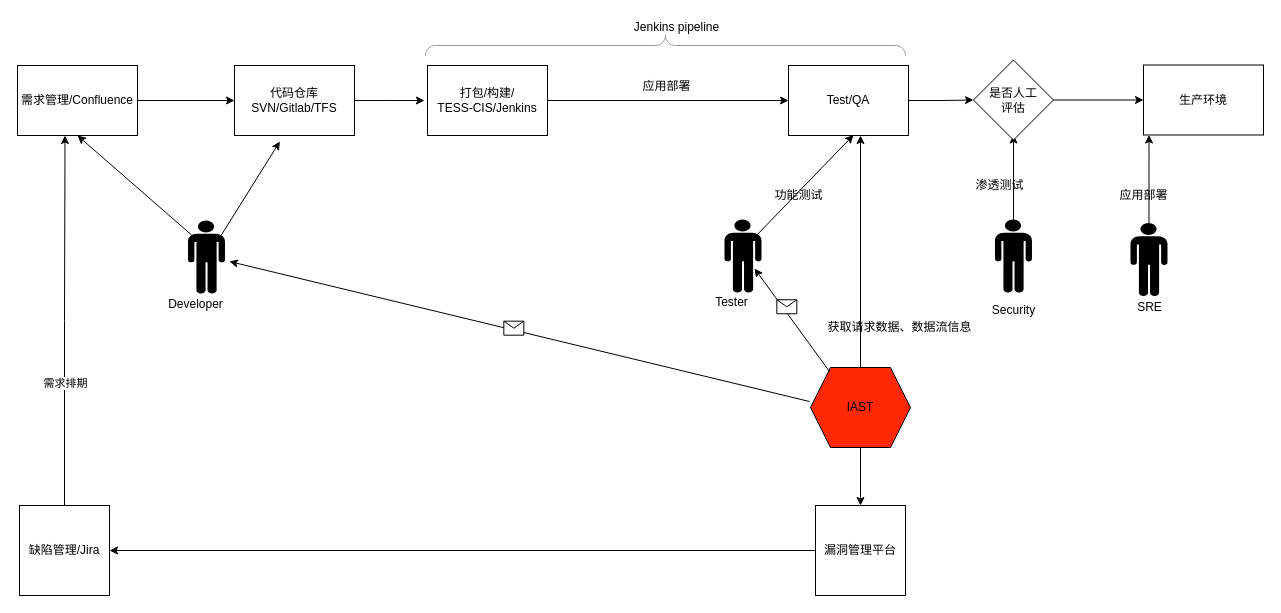
Before: iast.drawio in March110/-, a draw.io diagram. Source tidied: cells renumbered, new cells numbered last; positions are measured from the earlier drawing's top-left corner, leaving out a move shared by most shapes. Both pictures are drawn from the tidied source at 100%, with x=0, y=0 at pixel (17, 17).
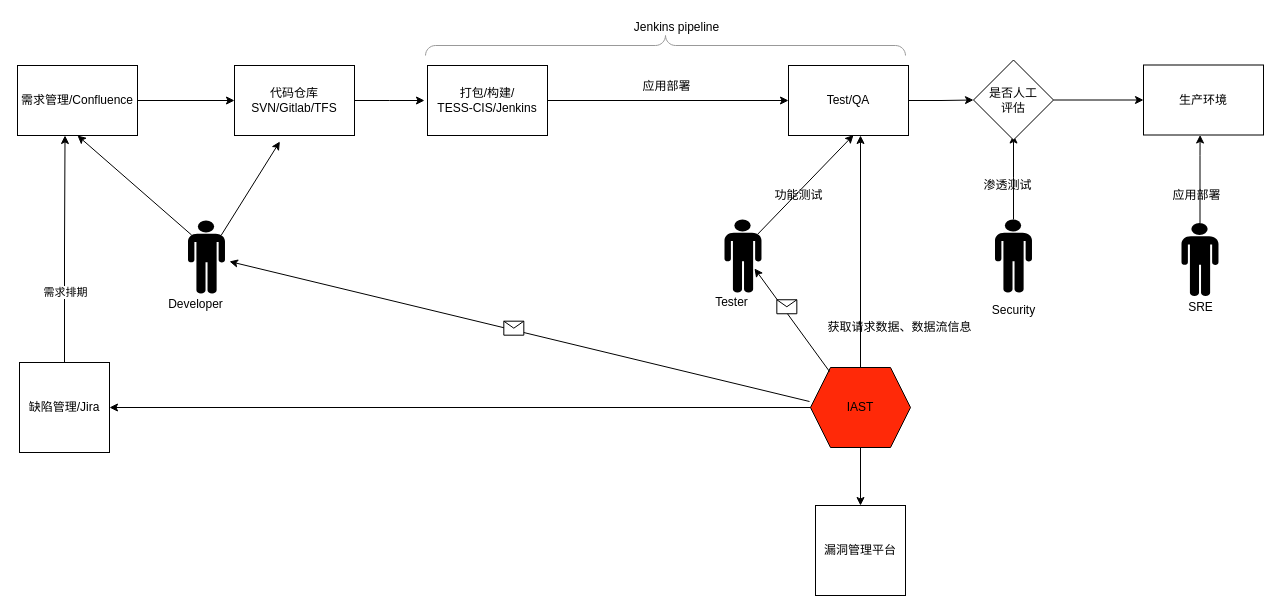
The same page after the edit.

The change refers to these unchanged cells:
```xml
<mxCell id="14" value="IAST" style="shape=hexagon;perimeter=hexagonPerimeter2;whiteSpace=wrap;html=1;fixedSize=1;fillColor=#FF2908;" parent="1" vertex="1">
  <mxGeometry x="793" y="350" width="100" height="80" as="geometry" />
</mxCell>
<mxCell id="15" value="生产环境" style="rounded=0;whiteSpace=wrap;html=1;" parent="1" vertex="1">
  <mxGeometry x="1126" y="47.5" width="120" height="70" as="geometry" />
</mxCell>
<mxCell id="37" value="漏洞管理平台" style="whiteSpace=wrap;html=1;" parent="1" vertex="1">
  <mxGeometry x="798" y="488" width="90" height="90" as="geometry" />
</mxCell>
```

Diff of the diagram source:
```diff
@@
     <mxCell id="8" value="缺陷管理/Jira" style="whiteSpace=wrap;html=1;" parent="1" vertex="1">
-      <mxGeometry x="2" y="488" width="90" height="90" as="geometry" />
+      <mxGeometry x="2" y="345" width="90" height="90" as="geometry" />
     </mxCell>
@@
     <mxCell id="24" value="SRE" style="text;html=1;align=center;verticalAlign=middle;" parent="1" vertex="1">
-      <mxGeometry x="1111.5" y="280" width="40" height="20" as="geometry" />
+      <mxGeometry x="1162.5" y="280" width="40" height="20" as="geometry" />
     </mxCell>
@@
-    <mxCell id="27" style="edgeStyle=orthogonalEdgeStyle;rounded=0;jettySize=auto;html=1;" parent="1" edge="1" source="28" target="15">
+    <mxCell id="27" style="edgeStyle=orthogonalEdgeStyle;rounded=0;jettySize=auto;html=1;" parent="1" edge="1" source="28">
       <mxGeometry relative="1" as="geometry">
+        <mxPoint x="1182.6" y="117.5" as="targetPoint" />
         <Array as="points">
-          <mxPoint x="1131" y="138" />
-          <mxPoint x="1131" y="138" />
+          <mxPoint x="1182" y="138" />
+          <mxPoint x="1182" y="138" />
         </Array>
       </mxGeometry>
     </mxCell>
     <mxCell id="28" style="shape=mxgraph.signs.people.man_1;html=1;fillColor=#000000;strokeColor=none;verticalLabelPosition=bottom;verticalAlign=top;align=center;" parent="1" vertex="1">
-      <mxGeometry x="1113" y="205.5" width="37" height="73" as="geometry" />
+      <mxGeometry x="1164" y="205.5" width="37" height="73" as="geometry" />
     </mxCell>
@@
-    <mxCell id="36" style="edgeStyle=orthogonalEdgeStyle;rounded=0;jettySize=auto;html=1;entryX=1;entryY=0.5;entryDx=0;entryDy=0;" parent="1" edge="1" source="37" target="8">
+    <mxCell id="36" style="edgeStyle=orthogonalEdgeStyle;rounded=0;jettySize=auto;html=1;entryX=1;entryY=0.5;entryDx=0;entryDy=0;exitX=0;exitY=0.5;exitDx=0;exitDy=0;" parent="1" edge="1" source="14" target="8">
       <mxGeometry relative="1" as="geometry" />
     </mxCell>
@@
     <mxCell id="40" value="渗透测试" style="text;html=1;align=center;verticalAlign=middle;" parent="1" vertex="1">
-      <mxGeometry x="952" y="158" width="60" height="20" as="geometry" />
+      <mxGeometry x="960" y="158" width="60" height="20" as="geometry" />
     </mxCell>
@@
     <mxCell id="42" value="应用部署" style="text;html=1;align=center;verticalAlign=middle;" parent="1" vertex="1">
-      <mxGeometry x="1096" y="168" width="60" height="20" as="geometry" />
+      <mxGeometry x="1149" y="168" width="60" height="20" as="geometry" />
     </mxCell>
```
